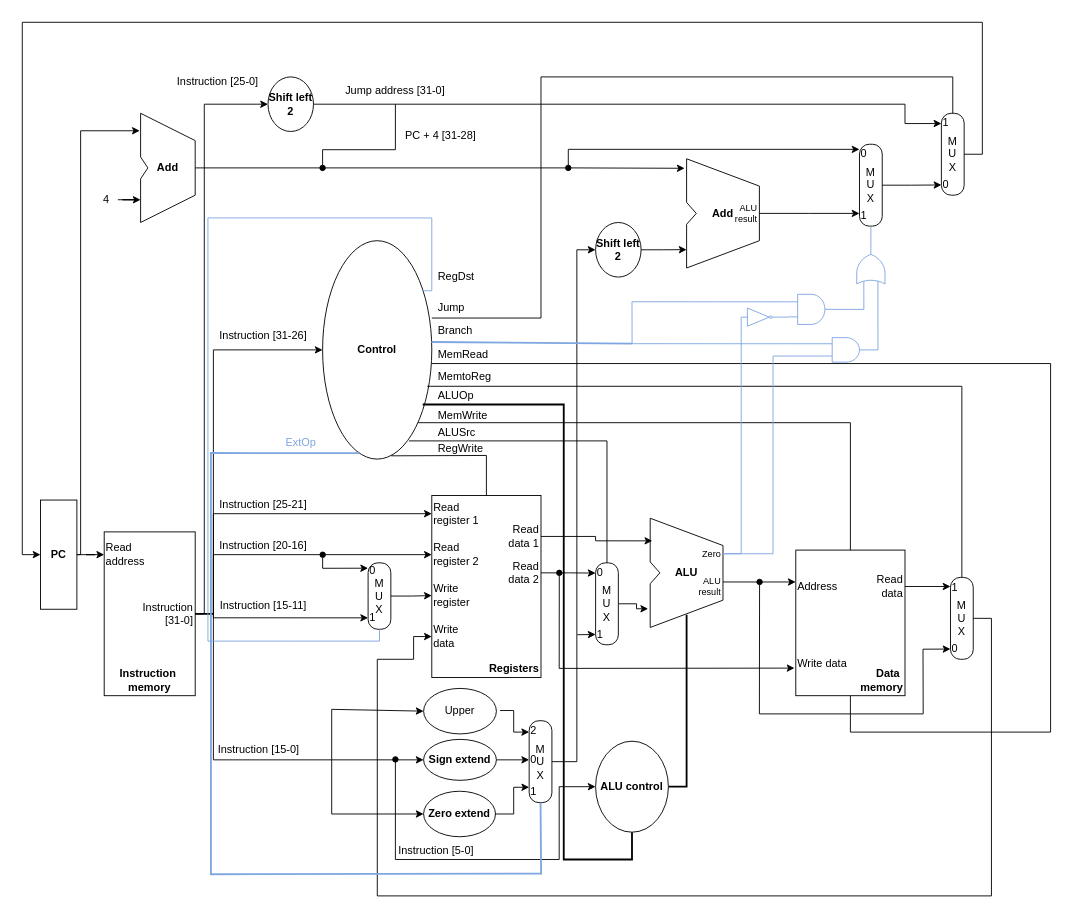
Before: page "Single-Cycle-Without-Pipeline" (1 of 2) of assets/Datapath.drawio in HokkeBokke/MIPS-Simulator, a draw.io diagram. Source tidied: cells renumbered, new cells numbered last; positions are measured from the earlier drawing's top-left corner, leaving out a move shared by most shapes. Both pictures are drawn from the tidied source at 91%, with x=0, y=0 at pixel (22, 22).
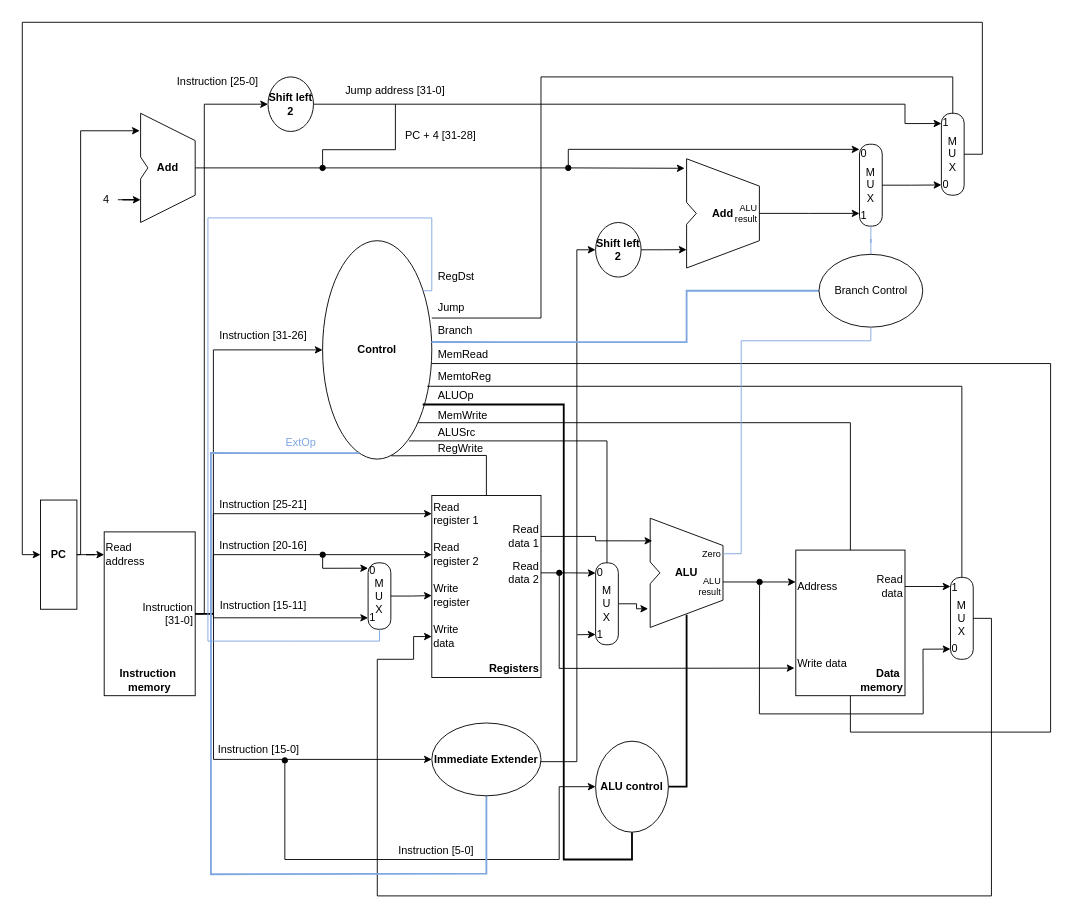
The same diagram, later.

Unchanged cells that the change refers to:
```xml
<mxCell id="2" value="&lt;b&gt;Control&lt;/b&gt;" style="ellipse;whiteSpace=wrap;html=1;shapeInside=1;strokeColor=light-dark(#000000,#66B2FF);" parent="1" vertex="1">
  <mxGeometry x="330" y="240" width="120" height="240" as="geometry" />
</mxCell>
<mxCell id="7" value="Instruction [31-0]" style="text;html=1;whiteSpace=wrap;strokeColor=none;fillColor=none;align=right;verticalAlign=middle;rounded=0;" parent="3" vertex="1">
  <mxGeometry x="40" y="75" width="60" height="30" as="geometry" />
</mxCell>
<mxCell id="24" value="&lt;font style=&quot;font-size: 10px;&quot;&gt;Zero&lt;/font&gt;" style="text;html=1;whiteSpace=wrap;strokeColor=none;fillColor=none;align=right;verticalAlign=middle;rounded=0;" parent="21" vertex="1">
  <mxGeometry x="20" y="24" width="60" height="30" as="geometry" />
</mxCell>
<mxCell id="65" value="Instruction [15-0]" style="text;html=1;whiteSpace=wrap;strokeColor=none;fillColor=none;align=center;verticalAlign=middle;rounded=0;" parent="1" vertex="1">
  <mxGeometry x="210" y="790" width="100" height="20" as="geometry" />
</mxCell>
<mxCell id="69" value="&lt;b&gt;ALU control&lt;/b&gt;" style="ellipse;whiteSpace=wrap;html=1;shapeInside=1;strokeColor=light-dark(#000000,#7EA6E0);" parent="1" vertex="1">
  <mxGeometry x="630" y="790" width="80" height="100" as="geometry" />
</mxCell>
<mxCell id="76" value="&lt;b&gt;Shift left 2&lt;/b&gt;" style="ellipse;whiteSpace=wrap;html=1;shapeInside=1;" parent="1" vertex="1">
  <mxGeometry x="630" y="220" width="50" height="60" as="geometry" />
</mxCell>
<mxCell id="83" value="&lt;div style=&quot;&quot;&gt;&lt;span style=&quot;background-color: transparent; color: light-dark(rgb(0, 0, 0), rgb(255, 255, 255));&quot;&gt;M&lt;/span&gt;&lt;/div&gt;&lt;div style=&quot;&quot;&gt;&lt;span style=&quot;background-color: transparent; color: light-dark(rgb(0, 0, 0), rgb(255, 255, 255));&quot;&gt;U&lt;/span&gt;&lt;/div&gt;&lt;div style=&quot;&quot;&gt;&lt;span style=&quot;background-color: transparent; color: light-dark(rgb(0, 0, 0), rgb(255, 255, 255));&quot;&gt;X&lt;/span&gt;&lt;/div&gt;" style="rounded=1;whiteSpace=wrap;html=1;arcSize=43;align=center;" parent="82" vertex="1">
  <mxGeometry width="25" height="90" as="geometry" />
</mxCell>
```

The edit, as a diff of the source:
```diff
@@
-    <mxCell id="58" style="edgeStyle=orthogonalEdgeStyle;rounded=0;jettySize=auto;html=1;entryX=0;entryY=0.5;entryDx=0;entryDy=0;exitX=1;exitY=0.5;exitDx=0;exitDy=0;" parent="1" edge="1" source="114" target="76">
+    <mxCell id="58" style="edgeStyle=orthogonalEdgeStyle;rounded=0;jettySize=auto;html=1;entryX=0;entryY=0.5;entryDx=0;entryDy=0;" parent="1" edge="1" source="142" target="76">
       <mxGeometry relative="1" as="geometry">
         <Array as="points">
           <mxPoint x="609.4" y="812.5" />
           <mxPoint x="609.4" y="250" />
         </Array>
       </mxGeometry>
     </mxCell>
-    <mxCell id="59" style="edgeStyle=orthogonalEdgeStyle;rounded=0;jettySize=auto;html=1;exitX=1;exitY=0.5;exitDx=0;exitDy=0;entryX=0;entryY=0.5;entryDx=0;entryDy=0;" parent="1" edge="1" source="60" target="117">
-      <mxGeometry relative="1" as="geometry" />
-    </mxCell>
-    <mxCell id="60" value="&lt;b&gt;Sign extend&lt;/b&gt;" style="ellipse;whiteSpace=wrap;html=1;shapeInside=1;" parent="1" vertex="1">
-      <mxGeometry x="441" y="788" width="80" height="45" as="geometry" />
-    </mxCell>
-    <mxCell id="61" style="edgeStyle=orthogonalEdgeStyle;rounded=0;jettySize=auto;html=1;entryX=0;entryY=0.5;entryDx=0;entryDy=0;" parent="1" edge="1" source="7" target="60">
+    <mxCell id="61" style="edgeStyle=orthogonalEdgeStyle;rounded=0;jettySize=auto;html=1;" parent="1" edge="1" source="7" target="142">
       <mxGeometry relative="1" as="geometry">
         <Array as="points">
-          <mxPoint x="210" y="650" />
-          <mxPoint x="210" y="810" />
+          <mxPoint x="210.1" y="650" />
+          <mxPoint x="210.1" y="810" />
         </Array>
       </mxGeometry>
     </mxCell>
@@
-    <mxCell id="70" style="endArrow=classic;html=1;rounded=0;entryX=0;entryY=0.5;entryDx=0;entryDy=0;startArrow=oval;startFill=1;" parent="1" edge="1" target="69">
+    <mxCell id="70" style="endArrow=classic;html=1;rounded=0;entryX=0;entryY=0.5;entryDx=0;entryDy=0;startArrow=oval;startFill=1;exitX=0.785;exitY=1.054;exitDx=0;exitDy=0;exitPerimeter=0;" parent="1" edge="1" source="65" target="69">
       <mxGeometry relative="1" as="geometry">
-        <mxPoint x="410" y="810" as="sourcePoint" />
         <Array as="points">
-          <mxPoint x="410" y="920" />
+          <mxPoint x="288.5" y="920" />
           <mxPoint x="590" y="920" />
           <mxPoint x="590" y="840" />
         </Array>
       </mxGeometry>
     </mxCell>
@@
-    <mxCell id="113" style="group;" parent="1" vertex="1">
-      <mxGeometry x="557" y="767.5" width="25" height="86" as="geometry" />
-    </mxCell>
-    <mxCell id="114" value="&lt;div style=&quot;&quot;&gt;&lt;span style=&quot;background-color: transparent; color: light-dark(rgb(0, 0, 0), rgb(255, 255, 255));&quot;&gt;M&lt;/span&gt;&lt;/div&gt;&lt;div style=&quot;&quot;&gt;&lt;span style=&quot;background-color: transparent; color: light-dark(rgb(0, 0, 0), rgb(255, 255, 255));&quot;&gt;U&lt;/span&gt;&lt;/div&gt;&lt;div style=&quot;&quot;&gt;&lt;span style=&quot;background-color: transparent; color: light-dark(rgb(0, 0, 0), rgb(255, 255, 255));&quot;&gt;X&lt;/span&gt;&lt;/div&gt;" style="rounded=1;whiteSpace=wrap;html=1;arcSize=43;align=center;" parent="113" vertex="1">
-      <mxGeometry width="25" height="90" as="geometry" />
-    </mxCell>
-    <mxCell id="115" value="1" style="text;html=1;whiteSpace=wrap;strokeColor=none;fillColor=none;align=center;verticalAlign=middle;rounded=0;" parent="113" vertex="1">
-      <mxGeometry y="67.5" width="10" height="22.5" as="geometry" />
-    </mxCell>
-    <mxCell id="116" value="2" style="text;html=1;whiteSpace=wrap;strokeColor=none;fillColor=none;align=center;verticalAlign=middle;rounded=0;" parent="113" vertex="1">
-      <mxGeometry width="10" height="22.5" as="geometry" />
-    </mxCell>
-    <mxCell id="117" value="0" style="text;html=1;whiteSpace=wrap;strokeColor=none;fillColor=none;align=center;verticalAlign=middle;rounded=0;" parent="113" vertex="1">
-      <mxGeometry y="34.4" width="10" height="17.3" as="geometry" />
-    </mxCell>
-    <mxCell id="118" style="endArrow=classic;html=1;rounded=0;entryX=0;entryY=0.5;entryDx=0;entryDy=0;" parent="1" edge="1" target="121">
-      <mxGeometry relative="1" as="geometry">
-        <mxPoint x="340" y="810" as="sourcePoint" />
-        <Array as="points">
-          <mxPoint x="340" y="870" />
-        </Array>
-      </mxGeometry>
-    </mxCell>
@@
-    <mxCell id="120" style="endArrow=none;html=1;rounded=0;entryX=0.5;entryY=1;entryDx=0;entryDy=0;strokeColor=light-dark(#7EA6E0,#7EA6E0);endFill=0;strokeWidth=2;exitX=0.334;exitY=0.973;exitDx=0;exitDy=0;exitPerimeter=0;" parent="1" edge="1" source="2" target="114">
+    <mxCell id="120" style="endArrow=none;html=1;rounded=0;strokeColor=light-dark(#7EA6E0,#7EA6E0);endFill=0;strokeWidth=2;exitX=0.334;exitY=0.973;exitDx=0;exitDy=0;exitPerimeter=0;" parent="1" edge="1" source="2" target="142">
       <mxGeometry relative="1" as="geometry">
         <Array as="points">
           <mxPoint x="207.3" y="473.3" />
           <mxPoint x="207.3" y="936.2" />
-          <mxPoint x="570.1" y="935.5" />
+          <mxPoint x="510" y="935.5" />
         </Array>
       </mxGeometry>
     </mxCell>
-    <mxCell id="121" value="&lt;b&gt;Zero extend&lt;/b&gt;" style="ellipse;whiteSpace=wrap;html=1;shapeInside=1;" parent="1" vertex="1">
-      <mxGeometry x="441" y="845" width="79" height="50" as="geometry" />
-    </mxCell>
-    <mxCell id="122" style="edgeStyle=orthogonalEdgeStyle;rounded=0;jettySize=auto;html=1;entryX=0;entryY=0.25;entryDx=0;entryDy=0;" parent="1" edge="1" source="121" target="115">
-      <mxGeometry relative="1" as="geometry">
-        <Array as="points">
-          <mxPoint x="540" y="870" />
-          <mxPoint x="540" y="840.6" />
-        </Array>
-      </mxGeometry>
-    </mxCell>
-    <mxCell id="123" style="edgeStyle=orthogonalEdgeStyle;rounded=0;orthogonalLoop=1;jettySize=auto;html=1;exitX=1;exitY=0.5;exitDx=0;exitDy=0;entryX=0;entryY=0.5;entryDx=0;entryDy=0;" parent="1" edge="1">
-      <mxGeometry relative="1" as="geometry">
-        <mxPoint x="525" y="756.3" as="sourcePoint" />
-        <mxPoint x="557" y="780" as="targetPoint" />
-        <Array as="points">
-          <mxPoint x="540" y="756.3" />
-          <mxPoint x="540" y="780" />
-        </Array>
-      </mxGeometry>
-    </mxCell>
-    <mxCell id="124" value="&lt;div&gt;Upper&lt;/div&gt;" style="ellipse;whiteSpace=wrap;html=1;shapeInside=1;" parent="1" vertex="1">
-      <mxGeometry x="441" y="732" width="80" height="50" as="geometry" />
-    </mxCell>
-    <mxCell id="125" style="endArrow=classic;html=1;rounded=0;entryX=0;entryY=0.5;entryDx=0;entryDy=0;" parent="1" edge="1" target="124">
-      <mxGeometry relative="1" as="geometry">
-        <mxPoint x="340" y="810" as="sourcePoint" />
-        <Array as="points">
-          <mxPoint x="340" y="755" />
-        </Array>
-      </mxGeometry>
-    </mxCell>
-    <mxCell id="126" style="verticalLabelPosition=bottom;shadow=0;dashed=0;align=center;html=1;verticalAlign=top;shape=mxgraph.electrical.logic_gates.inverter_2;rotation=0;strokeColor=light-dark(#7EA6E0,#7EA6E0);" parent="1" vertex="1">
-      <mxGeometry x="790" y="314" width="40" height="20" as="geometry" />
-    </mxCell>
-    <mxCell id="127" style="edgeStyle=orthogonalEdgeStyle;rounded=0;jettySize=auto;html=1;exitX=1;exitY=0.5;exitDx=0;exitDy=0;entryX=0;entryY=0.5;entryDx=0;entryDy=0;entryPerimeter=0;endArrow=none;endFill=0;strokeColor=light-dark(#7EA6E0,#7EA6E0);" parent="1" edge="1" source="24" target="126">
-      <mxGeometry relative="1" as="geometry">
-        <Array as="points">
-          <mxPoint x="790" y="584" />
-        </Array>
-      </mxGeometry>
-    </mxCell>
-    <mxCell id="128" style="edgeStyle=orthogonalEdgeStyle;rounded=0;jettySize=auto;html=1;exitX=1;exitY=0.5;exitDx=0;exitDy=0;exitPerimeter=0;entryX=0.5;entryY=1;entryDx=0;entryDy=0;strokeWidth=1;endArrow=none;endFill=0;strokeColor=light-dark(#7EA6E0,#7EA6E0);" parent="1" edge="1" source="129" target="83">
-      <mxGeometry relative="1" as="geometry" />
-    </mxCell>
-    <mxCell id="129" style="verticalLabelPosition=bottom;shadow=0;dashed=0;align=center;html=1;verticalAlign=top;shape=mxgraph.electrical.logic_gates.logic_gate;operation=or;rotation=-90;strokeColor=light-dark(#7EA6E0,#7EA6E0);" parent="1" vertex="1">
-      <mxGeometry x="907.5" y="254.5" width="50" height="31" as="geometry" />
-    </mxCell>
-    <mxCell id="130" style="edgeStyle=orthogonalEdgeStyle;rounded=0;jettySize=auto;html=1;exitX=1;exitY=0.5;exitDx=0;exitDy=0;exitPerimeter=0;entryX=0;entryY=0.25;entryDx=0;entryDy=0;entryPerimeter=0;endArrow=none;endFill=0;strokeColor=light-dark(#7EA6E0,#7EA6E0);" parent="1" edge="1" source="131" target="129">
-      <mxGeometry relative="1" as="geometry" />
-    </mxCell>
-    <mxCell id="131" style="verticalLabelPosition=bottom;shadow=0;dashed=0;align=center;html=1;verticalAlign=top;shape=mxgraph.electrical.logic_gates.logic_gate;operation=and;strokeColor=light-dark(#7EA6E0,#7EA6E0);" parent="1" vertex="1">
-      <mxGeometry x="842" y="298.9" width="50" height="33.1" as="geometry" />
-    </mxCell>
-    <mxCell id="132" style="verticalLabelPosition=bottom;shadow=0;dashed=0;align=center;html=1;verticalAlign=top;shape=mxgraph.electrical.logic_gates.logic_gate;operation=and;strokeColor=light-dark(#7EA6E0,#7EA6E0);" parent="1" vertex="1">
-      <mxGeometry x="880" y="346.5" width="50" height="27" as="geometry" />
-    </mxCell>
-    <mxCell id="133" style="edgeStyle=orthogonalEdgeStyle;rounded=0;jettySize=auto;html=1;exitX=1;exitY=0.5;exitDx=0;exitDy=0;exitPerimeter=0;entryX=0;entryY=0.75;entryDx=0;entryDy=0;entryPerimeter=0;endArrow=none;endFill=0;strokeColor=light-dark(#7EA6E0,#7EA6E0);" parent="1" edge="1" source="126" target="131">
-      <mxGeometry relative="1" as="geometry" />
-    </mxCell>
-    <mxCell id="134" style="endArrow=none;html=1;rounded=0;exitX=0.996;exitY=0.464;exitDx=0;exitDy=0;exitPerimeter=0;strokeColor=light-dark(#7EA6E0,#7EA6E0);strokeWidth=2;" parent="1" edge="1" source="2">
+    <mxCell id="134" style="endArrow=none;html=1;rounded=0;exitX=0.996;exitY=0.464;exitDx=0;exitDy=0;exitPerimeter=0;strokeColor=light-dark(#7EA6E0,#7EA6E0);strokeWidth=2;" parent="1" edge="1" source="2" target="140">
       <mxGeometry relative="1" as="geometry">
-        <mxPoint x="670" y="353.2" as="targetPoint" />
+        <Array as="points">
+          <mxPoint x="730" y="351.4" />
+          <mxPoint x="730" y="295" />
+        </Array>
       </mxGeometry>
     </mxCell>
-    <mxCell id="135" style="edgeStyle=orthogonalEdgeStyle;rounded=0;jettySize=auto;html=1;exitX=1;exitY=0.5;exitDx=0;exitDy=0;entryX=0;entryY=0.75;entryDx=0;entryDy=0;entryPerimeter=0;endArrow=none;endFill=0;strokeColor=light-dark(#7EA6E0,#7EA6E0);" parent="1" edge="1" source="24" target="132">
-      <mxGeometry relative="1" as="geometry" />
-    </mxCell>
-    <mxCell id="136" style="edgeStyle=orthogonalEdgeStyle;rounded=0;jettySize=auto;html=1;exitX=1;exitY=0.5;exitDx=0;exitDy=0;exitPerimeter=0;entryX=0;entryY=0.75;entryDx=0;entryDy=0;entryPerimeter=0;endArrow=none;endFill=0;strokeColor=light-dark(#7EA6E0,#7EA6E0);" parent="1" edge="1" source="132" target="129">
-      <mxGeometry relative="1" as="geometry">
-        <Array as="points">
-          <mxPoint x="940.2" y="360" />
-        </Array>
-      </mxGeometry>
-    </mxCell>
-    <mxCell id="137" style="endArrow=none;html=1;rounded=0;entryX=0;entryY=0.25;entryDx=0;entryDy=0;entryPerimeter=0;strokeWidth=1;strokeColor=light-dark(#7EA6E0,#7EA6E0);" parent="1" edge="1" target="131">
-      <mxGeometry relative="1" as="geometry">
-        <mxPoint x="670.1" y="353.5" as="sourcePoint" />
-        <Array as="points">
-          <mxPoint x="670" y="307.1" />
-        </Array>
-      </mxGeometry>
-    </mxCell>
-    <mxCell id="138" style="endArrow=none;html=1;rounded=0;entryX=0;entryY=0.25;entryDx=0;entryDy=0;entryPerimeter=0;strokeColor=light-dark(#7EA6E0,#7EA6E0);" parent="1" edge="1" target="132">
-      <mxGeometry relative="1" as="geometry">
-        <mxPoint x="670" y="353.2" as="sourcePoint" />
-      </mxGeometry>
-    </mxCell>
+    <mxCell id="139" style="edgeStyle=orthogonalEdgeStyle;jettySize=auto;html=1;endArrow=none;endFill=0;strokeColor=light-dark(#7EA6E0,#7EA6E0);" parent="1" edge="1" source="140" target="83">
+      <mxGeometry relative="1" as="geometry" />
+    </mxCell>
+    <mxCell id="140" value="Branch Control" style="ellipse;whiteSpace=wrap;html=1;shapeInside=1;" parent="1" vertex="1">
+      <mxGeometry x="875.5" y="255" width="114" height="80" as="geometry" />
+    </mxCell>
+    <mxCell id="141" style="edgeStyle=orthogonalEdgeStyle;jettySize=auto;html=1;rounded=0;curved=0;endArrow=none;endFill=0;strokeColor=light-dark(#7EA6E0,#7EA6E0);" parent="1" edge="1" source="24" target="140">
+      <mxGeometry relative="1" as="geometry">
+        <Array as="points">
+          <mxPoint x="790" y="584" />
+          <mxPoint x="790" y="350" />
+          <mxPoint x="932.5" y="350" />
+        </Array>
+      </mxGeometry>
+    </mxCell>
+    <mxCell id="142" value="&lt;b&gt;Immediate Extender&lt;/b&gt;" style="ellipse;whiteSpace=wrap;html=1;shapeInside=1;" parent="1" vertex="1">
+      <mxGeometry x="450" y="770" width="120" height="80" as="geometry" />
+    </mxCell>
```
